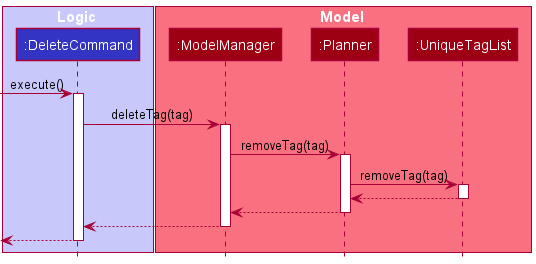
The PlantUML diagram docs/images/UniqueTagListSequenceDiagram.png in nus-cs2103-AY2021S2/tp, before a commit. The source it was exported from:
```plantuml
@startuml
!include style.puml

box Logic LOGIC_COLOR_T1
participant ":DeleteCommand" as DeleteCommand LOGIC_COLOR
end box

box Model MODEL_COLOR_T1
participant ":ModelManager" as ModelManager MODEL_COLOR
participant ":Planner" as Planner MODEL_COLOR
participant ":UniqueTagList" as UniqueTagList MODEL_COLOR
end box

[-> DeleteCommand : execute()
activate DeleteCommand

DeleteCommand -> ModelManager : deleteTag(tag)
activate ModelManager

ModelManager -> Planner : removeTag(tag)
activate Planner

Planner -> UniqueTagList : removeTag(tag)
activate UniqueTagList

UniqueTagList --> Planner
deactivate UniqueTagList

Planner --> ModelManager
deactivate Planner

ModelManager --> DeleteCommand
deactivate ModelManager

[<-- DeleteCommand
deactivate DeleteCommand
@enduml
```
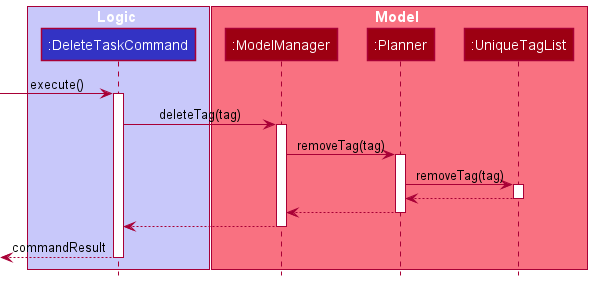
The same file after the commit.

Change to the diagram source:
```diff
@@ -2,7 +2,7 @@
 !include style.puml
 
 box Logic LOGIC_COLOR_T1
-participant ":DeleteCommand" as DeleteCommand LOGIC_COLOR
+participant ":DeleteTaskCommand" as DeleteTaskCommand LOGIC_COLOR
 end box
 
 box Model MODEL_COLOR_T1
@@ -11,10 +11,10 @@
 participant ":UniqueTagList" as UniqueTagList MODEL_COLOR
 end box
 
-[-> DeleteCommand : execute()
-activate DeleteCommand
+[-> DeleteTaskCommand : execute()
+activate DeleteTaskCommand
 
-DeleteCommand -> ModelManager : deleteTag(tag)
+DeleteTaskCommand -> ModelManager : deleteTag(tag)
 activate ModelManager
 
 ModelManager -> Planner : removeTag(tag)
@@ -29,9 +29,9 @@
 Planner --> ModelManager
 deactivate Planner
 
-ModelManager --> DeleteCommand
+ModelManager --> DeleteTaskCommand
 deactivate ModelManager
 
-[<-- DeleteCommand
-deactivate DeleteCommand
+[<-- DeleteTaskCommand : commandResult
+deactivate DeleteTaskCommand
 @enduml
```
